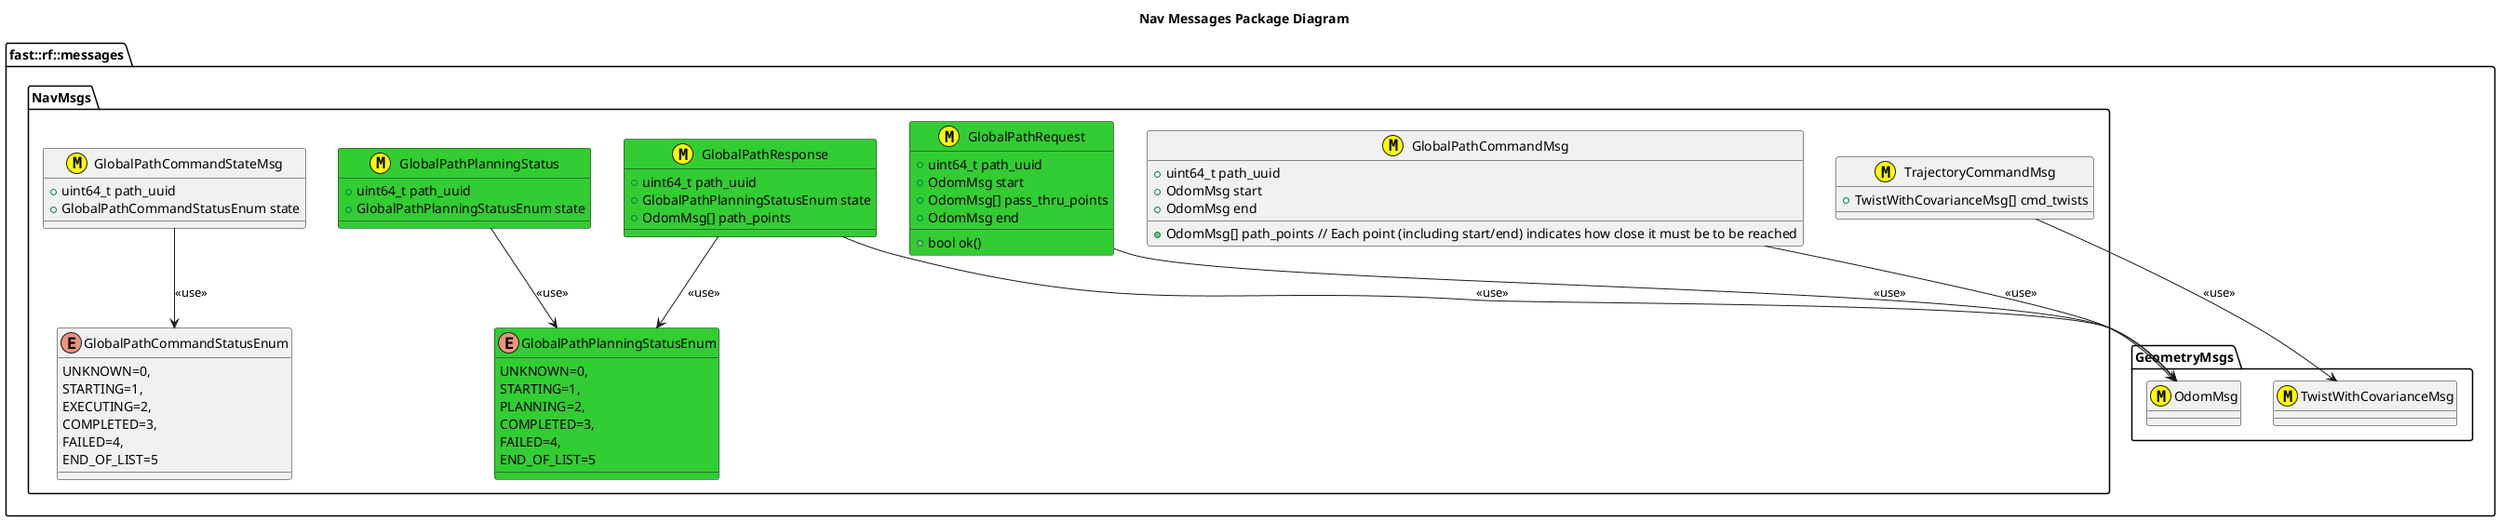
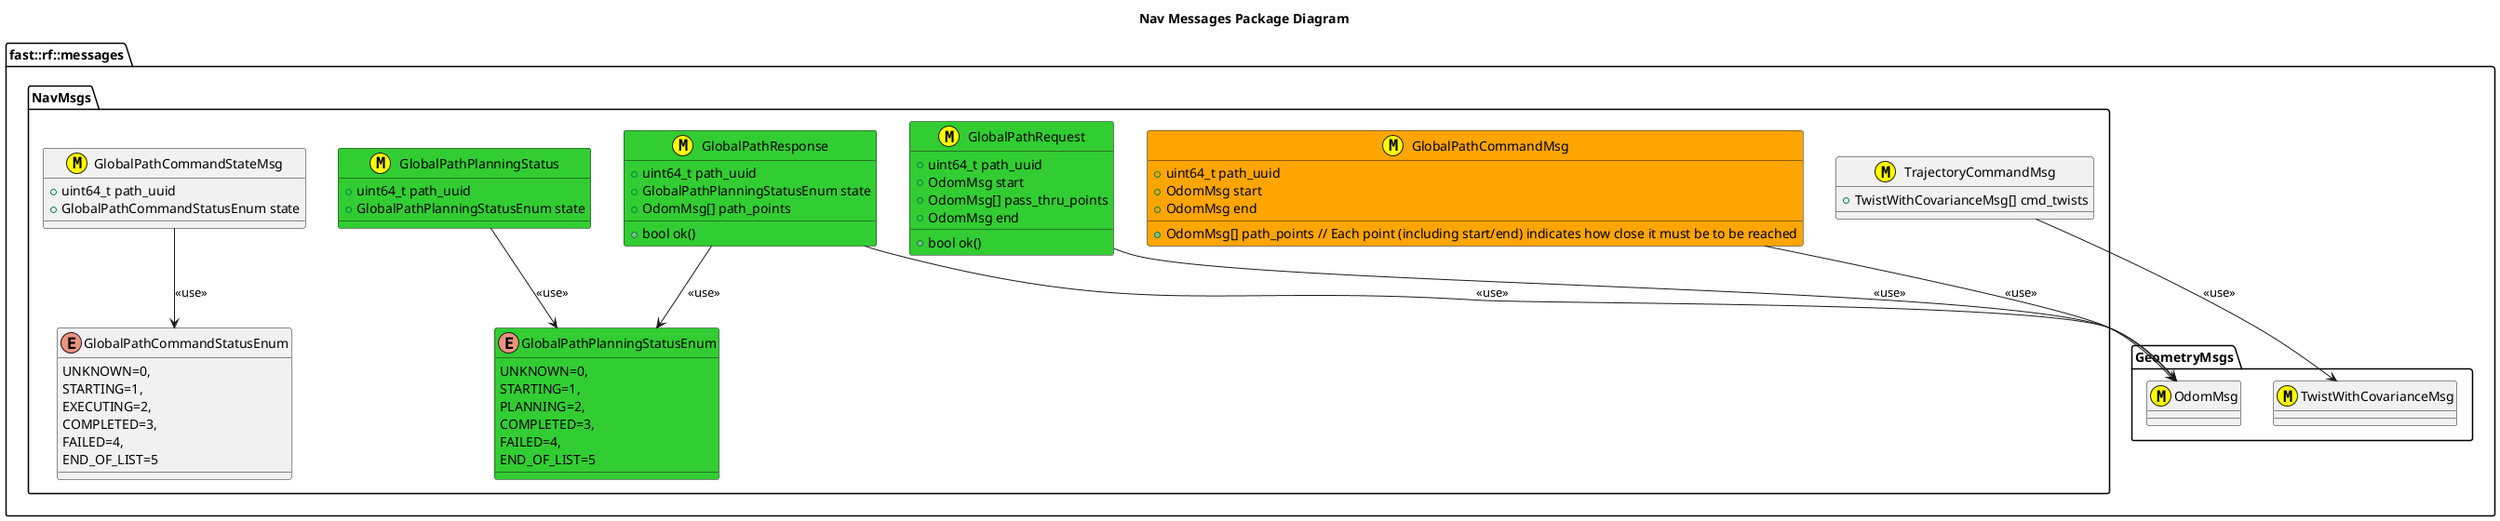
@startuml
title Nav Messages Package Diagram

namespace fast::rf::messages {
  namespace GeometryMsgs {
    class OdomMsg <<(M,#FFFF00)>>
    class TwistWithCovarianceMsg <<(M,#FFFF00)>>
  }
  namespace NavMsgs  {
    class GlobalPathRequest <<(M,#FFFF00)>> #LimeGreen {
      +uint64_t path_uuid
      +OdomMsg start
      +OdomMsg[] pass_thru_points
      +OdomMsg end
      +bool ok()

    }
    enum GlobalPathPlanningStatusEnum #LimeGreen
    {
      UNKNOWN=0,
      STARTING=1,
      PLANNING=2,
      COMPLETED=3,
      FAILED=4,
      END_OF_LIST=5

    }
    GlobalPathRequest --> OdomMsg: <<use>>
    class GlobalPathResponse <<(M,#FFFF00)>> #LimeGreen {
      +uint64_t path_uuid
      +GlobalPathPlanningStatusEnum state
      +OdomMsg[] path_points
+       +bool ok()
    }
    GlobalPathResponse --> OdomMsg: <<use>>
    GlobalPathResponse --> GlobalPathPlanningStatusEnum: <<use>>
    class GlobalPathPlanningStatus <<(M,#FFFF00)>> #LimeGreen {
      +uint64_t path_uuid
      +GlobalPathPlanningStatusEnum state
    }
    GlobalPathPlanningStatus --> GlobalPathPlanningStatusEnum: <<use>>

-     class GlobalPathCommandMsg <<(M,#FFFF00)>> {
+     class GlobalPathCommandMsg <<(M,#FFFF00)>> #Orange {
      +uint64_t path_uuid
      +OdomMsg start
      +OdomMsg[] path_points // Each point (including start/end) indicates how close it must be to be reached
      +OdomMsg end
    }
    GlobalPathCommandMsg --> OdomMsg: <<use>>
    enum GlobalPathCommandStatusEnum
    {
      UNKNOWN=0,
      STARTING=1,
      EXECUTING=2,
      COMPLETED=3,
      FAILED=4,
      END_OF_LIST=5

    }
    class GlobalPathCommandStateMsg <<(M,#FFFF00)>> {
      +uint64_t path_uuid
      +GlobalPathCommandStatusEnum state
    }
    GlobalPathCommandStateMsg --> GlobalPathCommandStatusEnum: <<use>>
    class TrajectoryCommandMsg <<(M,#FFFF00)>> {
      +TwistWithCovarianceMsg[] cmd_twists
    }
    TrajectoryCommandMsg --> TwistWithCovarianceMsg: <<use>>

  }
}
@enduml